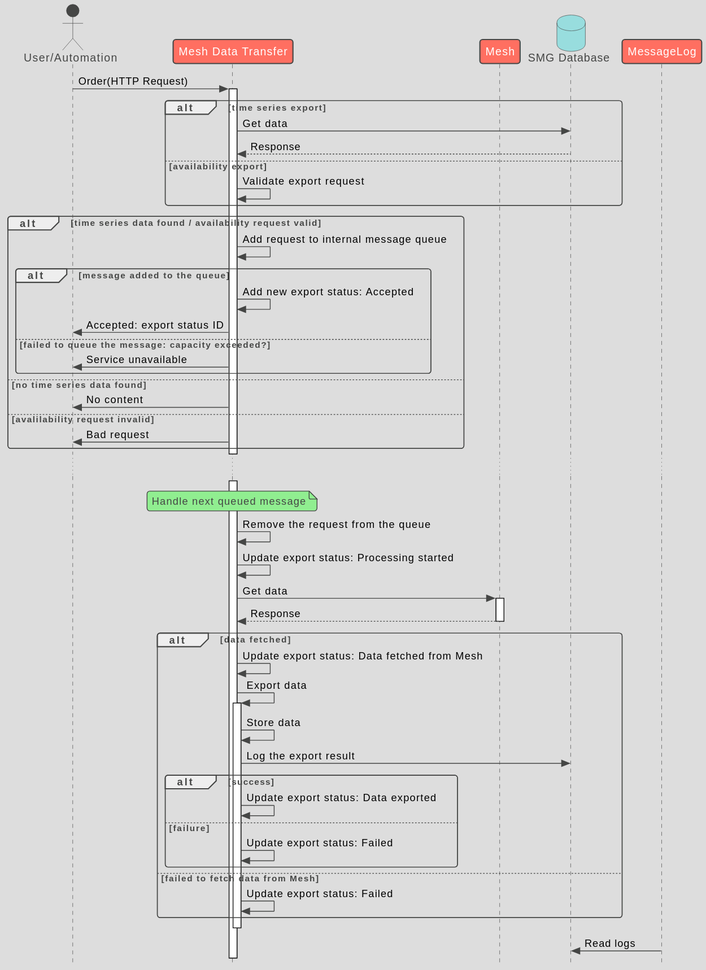
Above: docs/mesh-data-transfer/general/docs/data-export.svg in Volue-Public/energy-smp-docs (PlantUML), before the change.
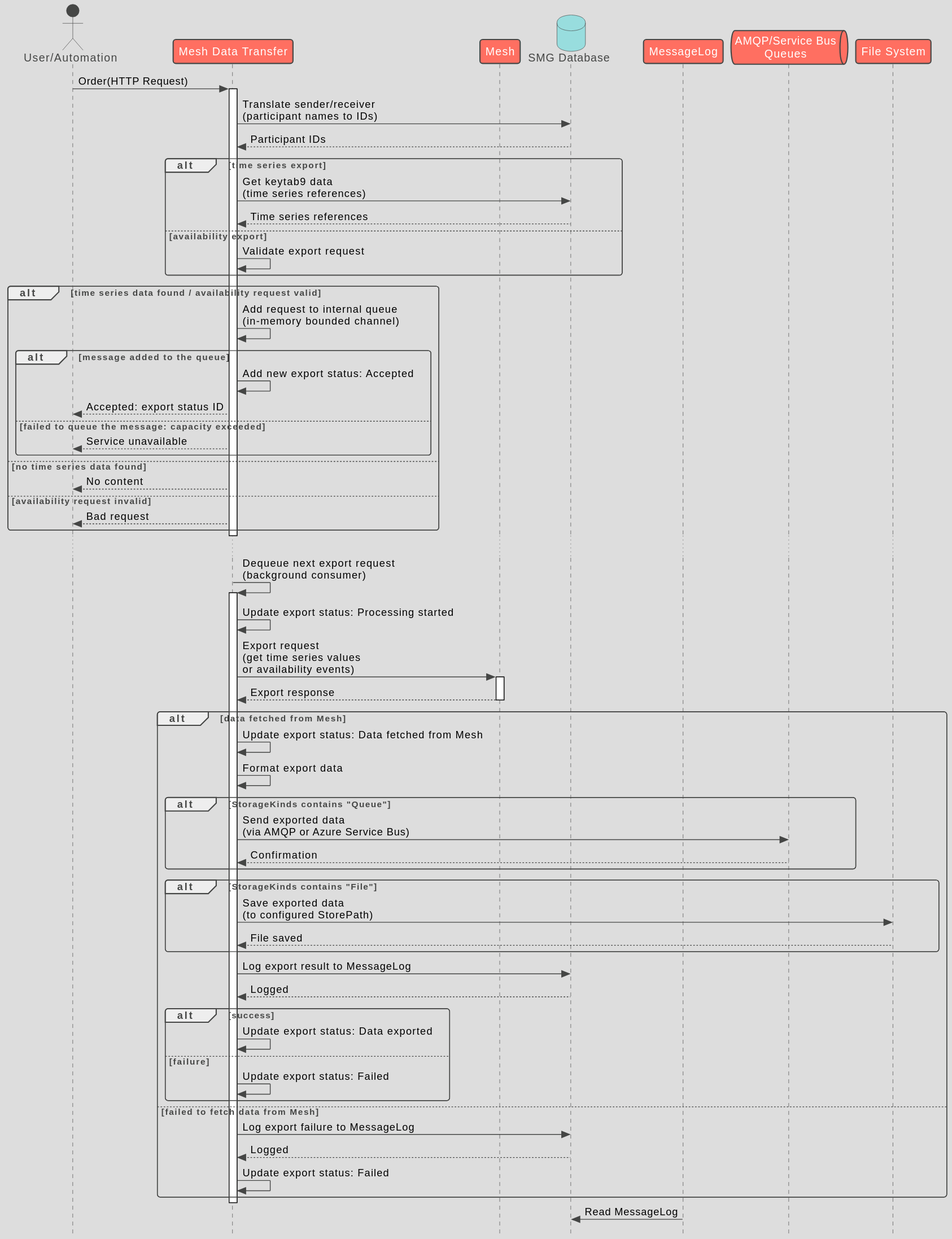
After the commit.

Commit message:
Update flow chart for export

What changed in the source:
```diff
@@ -8,53 +8,64 @@
 participant Mesh
 database    "SMG Database" as DB
 participant MessageLog as ML
+queue       "AMQP/Service Bus\nQueues" as Queue
+participant "File System" as FS
 
 User -> MDT++: Order(HTTP Request)
+MDT -> DB: Translate sender/receiver\n(participant names to IDs)
+DB --> MDT: Participant IDs
 alt time series export
-MDT -> DB: Get data
-DB --> MDT: Response
-
+MDT -> DB: Get keytab9 data\n(time series references)
+DB --> MDT: Time series references
 else availability export
 MDT -> MDT: Validate export request
 end
 alt time series data found / availability request valid
-MDT -> MDT: Add request to internal message queue
+MDT -> MDT: Add request to internal queue\n(in-memory bounded channel)
 alt message added to the queue
 MDT -> MDT: Add new export status: Accepted
-MDT -> User: Accepted: export status ID
-else failed to queue the message: capacity exceeded?
-MDT -> User: Service unavailable
+MDT --> User: Accepted: export status ID
+else failed to queue the message: capacity exceeded
+MDT --> User: Service unavailable
 end
 else no time series data found
-MDT -> User: No content
-else avalilability request invalid
-MDT -> User: Bad request
+MDT --> User: No content
+else availability request invalid
+MDT --> User: Bad request
 end
 deactivate MDT
 
 
 ...
 
-User -[hidden]> MDT++:
-Note over MDT: Handle next queued message
-MDT -> MDT: Remove the request from the queue
+MDT -> MDT++: Dequeue next export request\n(background consumer)
 MDT -> MDT : Update export status: Processing started
-MDT -> Mesh++ : Get data
-Mesh --> MDT-- : Response
-alt data fetched
+MDT -> Mesh++ : Export request\n(get time series values\nor availability events)
+Mesh --> MDT-- : Export response
+alt data fetched from Mesh
 MDT -> MDT : Update export status: Data fetched from Mesh
-MDT -> MDT++ : Export data
-MDT -> MDT : Store data
-MDT -> DB : Log the export result
+MDT -> MDT : Format export data
+alt StorageKinds contains "Queue"
+MDT -> Queue : Send exported data\n(via AMQP or Azure Service Bus)
+Queue --> MDT : Confirmation
+end
+alt StorageKinds contains "File"
+MDT -> FS : Save exported data\n(to configured StorePath)
+FS --> MDT : File saved
+end
+MDT -> DB : Log export result to MessageLog
+DB --> MDT : Logged
 alt success
 MDT -> MDT: Update export status: Data exported
 else failure
 MDT -> MDT: Update export status: Failed
 end
 else failed to fetch data from Mesh
+MDT -> DB : Log export failure to MessageLog
+DB --> MDT : Logged
 MDT -> MDT: Update export status: Failed
 end
-MDT -[hidden]> User--:
+deactivate MDT
 
-ML-> DB: Read logs
+ML -> DB: Read MessageLog
 @enduml
```
